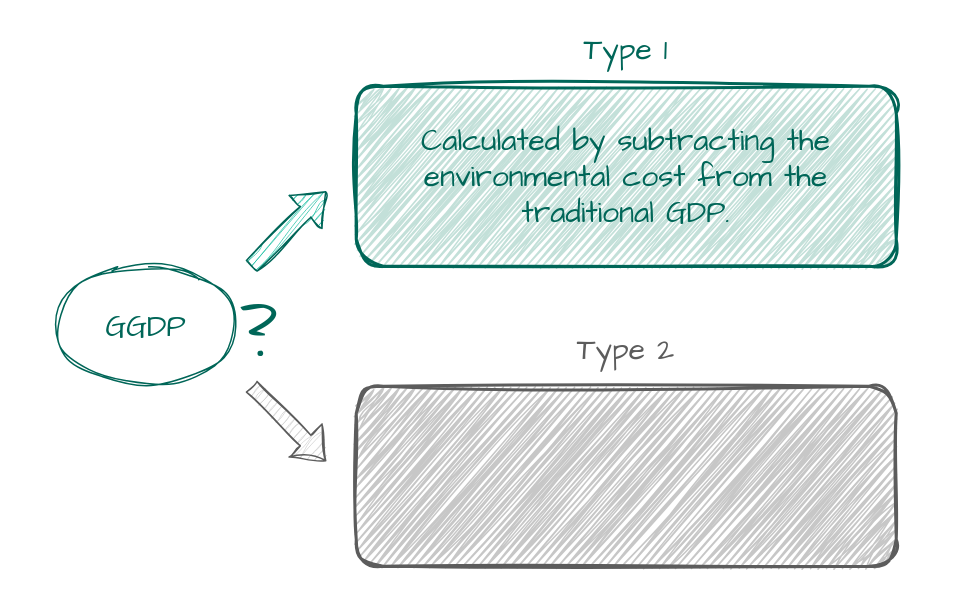
Earlier version of the draw.io diagram new/GGDP.drawio (kaze-0/figure). Source tidied: cells renumbered, new cells numbered last; positions are measured from the earlier drawing's top-left corner, leaving out a move shared by most shapes. Both pictures are drawn from the tidied source at 150%, with x=0, y=0 at pixel (56, 26).
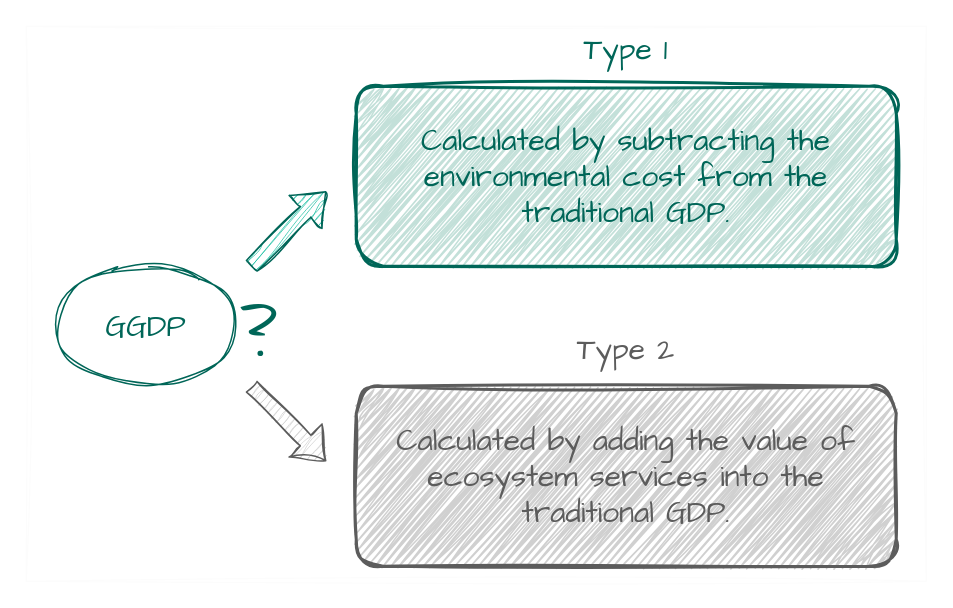
Above is the later version.

What changed in the source:
```diff
@@
 <mxGraphModel>
   <root>
     <mxCell id="0" />
     <mxCell id="1" parent="0" />
     <mxCell id="2" value="&lt;p style=&quot;&quot;&gt;&lt;font color=&quot;#006658&quot; style=&quot;font-size: 20px;&quot;&gt;Calculated by subtracting the environmental cost from the traditional GDP.&lt;/font&gt;&lt;/p&gt;&lt;p&gt;&lt;/p&gt;&lt;p&gt;&lt;/p&gt;" style="rounded=1;html=1;sketch=1;hachureGap=4;jiggle=2;fillStyle=zigzag;curveFitting=1;strokeColor=#006658;fontFamily=Architects Daughter;fontSize=12;fontColor=#5C5C5C;fillColor=#C3E0D9;shadow=0;labelBackgroundColor=none;strokeWidth=2;labelPosition=center;verticalLabelPosition=middle;align=center;verticalAlign=middle;whiteSpace=wrap;" parent="1" vertex="1">
       <mxGeometry x="200" y="40" width="360" height="120" as="geometry" />
     </mxCell>
-    <mxCell id="3" value="&lt;p style=&quot;font-size: 15px;&quot;&gt;&lt;br&gt;&lt;/p&gt;&lt;p&gt;&lt;/p&gt;&lt;p&gt;&lt;/p&gt;" style="rounded=1;whiteSpace=wrap;html=1;sketch=1;hachureGap=4;jiggle=2;fillStyle=zigzag;curveFitting=1;strokeColor=#5C5C5C;fontFamily=Architects Daughter;fontSize=12;fontColor=#5C5C5C;fillColor=#C7C7C7;shadow=0;labelBackgroundColor=none;strokeWidth=2;" parent="1" vertex="1">
+    <mxCell id="3" value="&lt;p style=&quot;&quot;&gt;&lt;font style=&quot;font-size: 20px;&quot;&gt;Calculated by adding the value of ecosystem services into the traditional GDP.&lt;/font&gt;&lt;/p&gt;&lt;p&gt;&lt;/p&gt;&lt;p&gt;&lt;/p&gt;" style="rounded=1;whiteSpace=wrap;html=1;sketch=1;hachureGap=4;jiggle=2;fillStyle=zigzag;curveFitting=1;strokeColor=#5C5C5C;fontFamily=Architects Daughter;fontSize=12;fontColor=#5C5C5C;fillColor=#D0D0D0;shadow=0;labelBackgroundColor=none;strokeWidth=2;" parent="1" vertex="1">
       <mxGeometry x="200" y="240" width="360" height="120" as="geometry" />
     </mxCell>
     <mxCell id="4" value="&lt;font color=&quot;#006658&quot;&gt;GGDP&lt;/font&gt;" style="ellipse;whiteSpace=wrap;html=1;sketch=1;hachureGap=4;jiggle=2;curveFitting=1;strokeColor=#006658;fontFamily=Architects Daughter;fontSize=20;fontColor=#5C5C5C;fillColor=none;rounded=1;" parent="1" vertex="1">
       <mxGeometry y="160" width="120" height="80" as="geometry" />
     </mxCell>
     <mxCell id="5" style="shape=flexArrow;endArrow=classic;html=1;rounded=1;sketch=1;hachureGap=4;jiggle=2;curveFitting=1;strokeColor=#006658;fontFamily=Architects Daughter;fontSize=16;fontColor=#5C5C5C;fillColor=#21C0A5;" parent="1" edge="1">
       <mxGeometry relative="1" as="geometry">
         <mxPoint x="130" y="160" as="sourcePoint" />
         <mxPoint x="180" y="110" as="targetPoint" />
       </mxGeometry>
     </mxCell>
     <mxCell id="6" value="Type 1" style="text;html=1;strokeColor=none;fillColor=none;align=center;verticalAlign=middle;whiteSpace=wrap;rounded=0;fontSize=20;fontFamily=Architects Daughter;fontColor=#006658;" parent="1" vertex="1">
       <mxGeometry x="350" width="60" height="30" as="geometry" />
     </mxCell>
     <mxCell id="7" value="Type 2" style="text;html=1;strokeColor=none;fillColor=none;align=center;verticalAlign=middle;whiteSpace=wrap;rounded=0;fontSize=20;fontFamily=Architects Daughter;fontColor=#5C5C5C;" parent="1" vertex="1">
       <mxGeometry x="342" y="200" width="76" height="30" as="geometry" />
     </mxCell>
     <mxCell id="8" value="&lt;font color=&quot;#006658&quot;&gt;?&lt;/font&gt;" style="text;html=1;align=center;verticalAlign=middle;strokeColor=none;fillColor=none;fontSize=50;fontFamily=Architects Daughter;fontColor=#5C5C5C;" parent="1" vertex="1">
       <mxGeometry x="110" y="170" width="50" height="70" as="geometry" />
     </mxCell>
     <mxCell id="9" style="shape=flexArrow;endArrow=classic;html=1;rounded=1;sketch=1;hachureGap=4;jiggle=2;curveFitting=1;strokeColor=#5C5C5C;fontFamily=Architects Daughter;fontSize=16;fontColor=#5C5C5C;fillColor=#D0D0D0;" parent="1" edge="1">
       <mxGeometry relative="1" as="geometry">
         <mxPoint x="130" y="240" as="sourcePoint" />
         <mxPoint x="180" y="290" as="targetPoint" />
       </mxGeometry>
     </mxCell>
+    <mxCell id="10" style="rounded=0;whiteSpace=wrap;html=1;sketch=1;hachureGap=4;jiggle=2;fillStyle=zigzag;curveFitting=1;strokeColor=default;strokeWidth=1;fontFamily=Architects Daughter;fontSize=20;fontColor=#006658;fillColor=none;opacity=1;" parent="1" vertex="1">
+      <mxGeometry x="-20" width="600" height="370" as="geometry" />
+    </mxCell>
   </root>
 </mxGraphModel>
```
